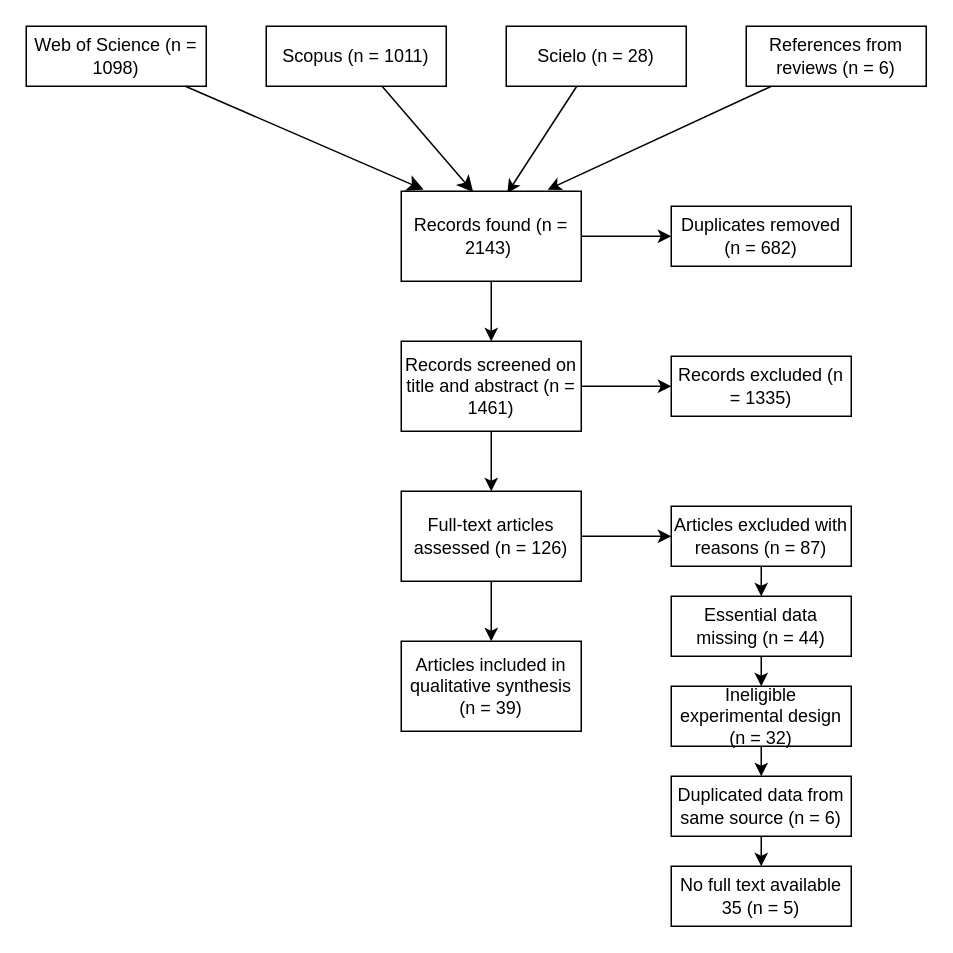
Damian-VA/MosquitoReview keeps this draw.io diagram as MosquitoReviewFlowChart.drawio. Above is the earlier version. Source tidied: cells renumbered, new cells numbered last; positions are measured from the earlier drawing's top-left corner, leaving out a move shared by most shapes. Both pictures are drawn from the tidied source at 150%, with x=0, y=0 at pixel (26, 26).
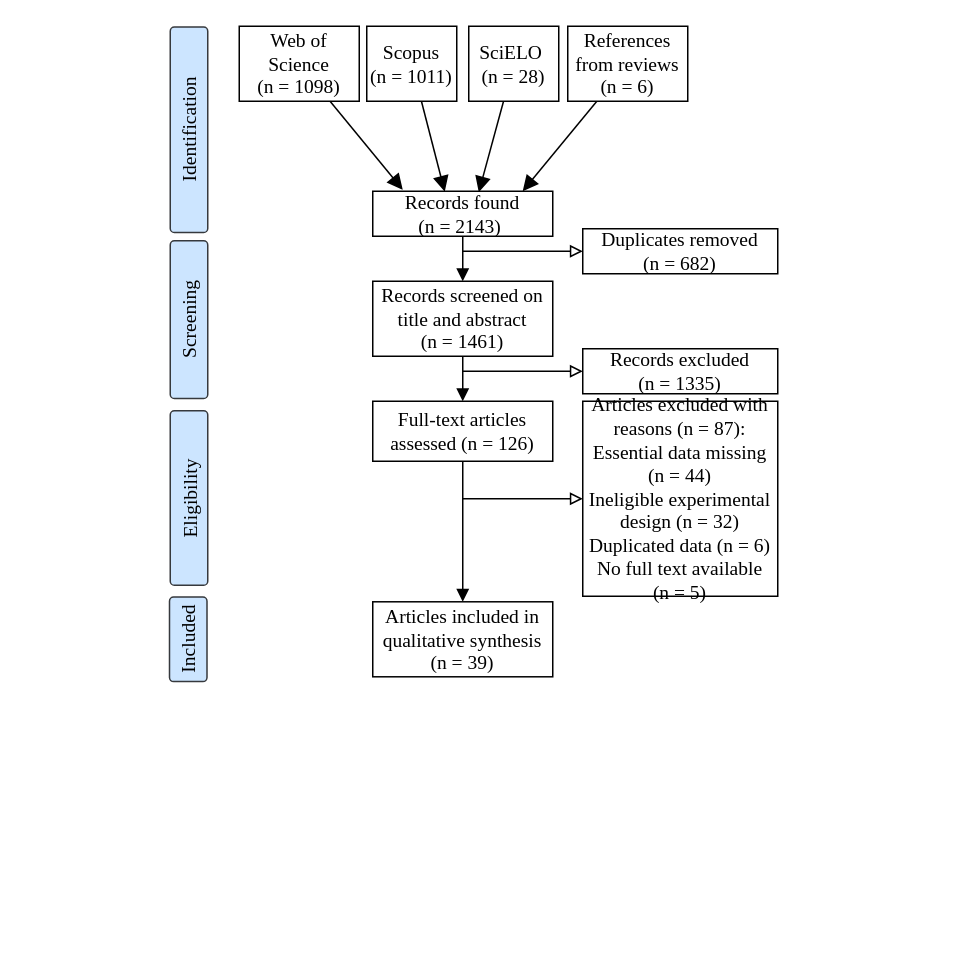
Above is the later version.

Commit message:
Damián updated with Times font, and blue stage-labels

Change to the diagram source:
```diff
@@
-    <mxCell id="2" style="rounded=0;html=1;jettySize=auto;fontSize=11;endArrow=classic;endFill=1;endSize=8;strokeWidth=1;shadow=0;labelBackgroundColor=none;entryX=0.4;entryY=0.01;entryDx=0;entryDy=0;entryPerimeter=0;" parent="1" edge="1" source="4" target="12">
+    <mxCell id="2" style="rounded=0;html=1;jettySize=auto;fontSize=13;endArrow=block;endFill=1;endSize=8;strokeWidth=1;shadow=0;labelBackgroundColor=none;entryX=0.4;entryY=0.01;entryDx=0;entryDy=0;entryPerimeter=0;startSize=6;fontFamily=Times New Roman;" parent="1" edge="1" source="4" target="12">
       <mxGeometry relative="1" as="geometry" />
     </mxCell>
-    <mxCell id="3" value="Web of Science (n = 1098)" style="rounded=1;whiteSpace=wrap;html=1;fontSize=12;glass=0;strokeWidth=1;shadow=0;arcSize=0;" parent="1" vertex="1">
-      <mxGeometry width="120" height="40" as="geometry" />
+    <mxCell id="3" value="Web of Science &lt;br style=&quot;font-size: 13px;&quot;&gt;(n = 1098)" style="rounded=1;whiteSpace=wrap;html=1;fontSize=13;glass=0;strokeWidth=1;shadow=0;arcSize=0;fontFamily=Times New Roman;" parent="1" vertex="1">
+      <mxGeometry x="142" width="80" height="50" as="geometry" />
     </mxCell>
-    <mxCell id="4" value="Scopus (n = 1011)" style="rounded=0;whiteSpace=wrap;html=1;" parent="1" vertex="1">
-      <mxGeometry x="160" width="120" height="40" as="geometry" />
+    <mxCell id="4" value="Scopus &lt;br style=&quot;font-size: 13px;&quot;&gt;(n = 1011)" style="rounded=0;whiteSpace=wrap;html=1;fontFamily=Times New Roman;fontSize=13;" parent="1" vertex="1">
+      <mxGeometry x="227" width="60" height="50" as="geometry" />
     </mxCell>
-    <mxCell id="5" style="rounded=0;html=1;jettySize=auto;fontSize=11;endArrow=classic;endFill=1;endSize=8;strokeWidth=1;shadow=0;labelBackgroundColor=none;entryX=0.124;entryY=-0.018;entryDx=0;entryDy=0;entryPerimeter=0;" parent="1" edge="1" source="3" target="12">
-      <mxGeometry relative="1" as="geometry" />
+    <mxCell id="5" style="rounded=0;html=1;jettySize=auto;fontSize=13;endArrow=block;endFill=1;endSize=8;strokeWidth=1;shadow=0;labelBackgroundColor=none;startSize=6;fontFamily=Times New Roman;" parent="1" edge="1" source="3">
+      <mxGeometry relative="1" as="geometry">
+        <mxPoint x="251" y="109" as="targetPoint" />
+      </mxGeometry>
     </mxCell>
-    <mxCell id="6" style="rounded=0;jettySize=auto;html=1;entryX=0.589;entryY=0.022;entryDx=0;entryDy=0;entryPerimeter=0;" parent="1" edge="1" source="7" target="12">
+    <mxCell id="6" style="rounded=0;jettySize=auto;html=1;entryX=0.589;entryY=0.022;entryDx=0;entryDy=0;entryPerimeter=0;endArrow=block;endFill=1;endSize=8;startSize=6;strokeWidth=1;fontFamily=Times New Roman;fontSize=13;" parent="1" edge="1" source="7" target="12">
       <mxGeometry relative="1" as="geometry" />
     </mxCell>
-    <mxCell id="7" value="Scielo (n = 28)" style="rounded=0;whiteSpace=wrap;html=1;" parent="1" vertex="1">
-      <mxGeometry x="320" width="120" height="40" as="geometry" />
+    <mxCell id="7" value="SciELO&amp;nbsp;&lt;br style=&quot;font-size: 13px;&quot;&gt;(n = 28)" style="rounded=0;whiteSpace=wrap;html=1;fontFamily=Times New Roman;fontSize=13;" parent="1" vertex="1">
+      <mxGeometry x="295" width="60" height="50" as="geometry" />
     </mxCell>
-    <mxCell id="8" style="edgeStyle=none;rounded=0;jettySize=auto;html=1;entryX=0.814;entryY=-0.018;entryDx=0;entryDy=0;entryPerimeter=0;endArrow=classic;endFill=1;" parent="1" edge="1" source="9" target="12">
+    <mxCell id="8" style="edgeStyle=none;rounded=0;jettySize=auto;html=1;entryX=0.833;entryY=0;entryDx=0;entryDy=0;endArrow=block;endFill=1;endSize=8;startSize=6;entryPerimeter=0;strokeWidth=1;fontFamily=Times New Roman;fontSize=13;" parent="1" edge="1" source="9" target="12">
       <mxGeometry relative="1" as="geometry" />
     </mxCell>
-    <mxCell id="9" value="References from reviews (n = 6)" style="rounded=0;whiteSpace=wrap;html=1;" parent="1" vertex="1">
-      <mxGeometry x="480" width="120" height="40" as="geometry" />
+    <mxCell id="9" value="References from reviews (n = 6)" style="rounded=0;whiteSpace=wrap;html=1;fontFamily=Times New Roman;fontSize=13;" parent="1" vertex="1">
+      <mxGeometry x="361" width="80" height="50" as="geometry" />
     </mxCell>
-    <mxCell id="10" style="edgeStyle=none;rounded=0;jettySize=auto;html=1;endArrow=classic;endFill=1;" parent="1" edge="1" source="12">
+    <mxCell id="10" style="edgeStyle=none;rounded=0;jettySize=auto;html=1;endArrow=block;endFill=0;entryX=0;entryY=0.5;entryDx=0;entryDy=0;strokeWidth=1;fontFamily=Times New Roman;fontSize=13;" parent="1" edge="1" target="14">
       <mxGeometry relative="1" as="geometry">
-        <mxPoint x="430" y="140" as="targetPoint" />
+        <mxPoint x="291" y="150" as="sourcePoint" />
       </mxGeometry>
     </mxCell>
-    <mxCell id="11" style="edgeStyle=none;rounded=0;jettySize=auto;html=1;endArrow=classic;endFill=1;" parent="1" edge="1" source="12" target="17">
+    <mxCell id="11" style="edgeStyle=none;rounded=0;jettySize=auto;html=1;endArrow=block;endFill=1;strokeWidth=1;fontFamily=Times New Roman;fontSize=13;" parent="1" edge="1" source="12" target="17">
       <mxGeometry relative="1" as="geometry" />
     </mxCell>
-    <mxCell id="12" value="Records found (n = 2143)&amp;nbsp;" style="rounded=0;whiteSpace=wrap;html=1;" parent="1" vertex="1">
-      <mxGeometry x="250" y="110" width="120" height="60" as="geometry" />
+    <mxCell id="12" value="Records found &lt;br style=&quot;font-size: 13px;&quot;&gt;(n = 2143)&amp;nbsp;" style="rounded=0;whiteSpace=wrap;html=1;fontFamily=Times New Roman;fontSize=13;" parent="1" vertex="1">
+      <mxGeometry x="231" y="110" width="120" height="30" as="geometry" />
     </mxCell>
-    <mxCell id="13" style="edgeStyle=none;rounded=0;orthogonalLoop=1;jettySize=auto;html=1;exitX=0.75;exitY=0;exitDx=0;exitDy=0;endArrow=classic;endFill=1;" parent="1" edge="1" source="12" target="12">
+    <mxCell id="13" style="edgeStyle=none;rounded=0;orthogonalLoop=1;jettySize=auto;html=1;exitX=0.75;exitY=0;exitDx=0;exitDy=0;endArrow=classic;endFill=1;fontFamily=Times New Roman;fontSize=13;" parent="1" edge="1" source="12" target="12">
       <mxGeometry relative="1" as="geometry" />
     </mxCell>
-    <mxCell id="14" value="Duplicates removed (n = 682)" style="rounded=0;whiteSpace=wrap;html=1;" parent="1" vertex="1">
-      <mxGeometry x="430" y="120" width="120" height="40" as="geometry" />
+    <mxCell id="14" value="Duplicates removed &lt;br style=&quot;font-size: 13px;&quot;&gt;(n = 682)" style="rounded=0;whiteSpace=wrap;html=1;fontFamily=Times New Roman;fontSize=13;" parent="1" vertex="1">
+      <mxGeometry x="371" y="135" width="130" height="30" as="geometry" />
     </mxCell>
-    <mxCell id="15" style="edgeStyle=none;rounded=0;jettySize=auto;html=1;entryX=0;entryY=0.5;entryDx=0;entryDy=0;endArrow=classic;endFill=1;" parent="1" edge="1" source="17" target="18">
-      <mxGeometry relative="1" as="geometry" />
+    <mxCell id="15" style="edgeStyle=none;rounded=0;jettySize=auto;html=1;entryX=0;entryY=0.5;entryDx=0;entryDy=0;endArrow=block;endFill=0;strokeWidth=1;fontFamily=Times New Roman;fontSize=13;" parent="1" edge="1" target="18">
+      <mxGeometry relative="1" as="geometry">
+        <mxPoint x="291" y="230" as="sourcePoint" />
+      </mxGeometry>
     </mxCell>
-    <mxCell id="16" style="edgeStyle=none;rounded=0;jettySize=auto;html=1;endArrow=classic;endFill=1;" parent="1" edge="1" source="17" target="21">
+    <mxCell id="16" style="edgeStyle=none;rounded=0;jettySize=auto;html=1;endArrow=block;endFill=1;strokeWidth=1;fontFamily=Times New Roman;fontSize=13;" parent="1" edge="1" source="17" target="21">
       <mxGeometry relative="1" as="geometry" />
     </mxCell>
-    <mxCell id="17" value="Records screened on title and abstract (n = 1461)" style="rounded=0;whiteSpace=wrap;html=1;" parent="1" vertex="1">
-      <mxGeometry x="250" y="210" width="120" height="60" as="geometry" />
+    <mxCell id="17" value="Records screened on title and abstract &lt;br style=&quot;font-size: 13px;&quot;&gt;(n = 1461)" style="rounded=0;whiteSpace=wrap;html=1;fontFamily=Times New Roman;fontSize=13;" parent="1" vertex="1">
+      <mxGeometry x="231" y="170" width="120" height="50" as="geometry" />
     </mxCell>
-    <mxCell id="18" value="Records excluded (n = 1335)" style="rounded=0;whiteSpace=wrap;html=1;" parent="1" vertex="1">
-      <mxGeometry x="430" y="220" width="120" height="40" as="geometry" />
+    <mxCell id="18" value="Records excluded &lt;br style=&quot;font-size: 13px;&quot;&gt;(n = 1335)" style="rounded=0;whiteSpace=wrap;html=1;fontFamily=Times New Roman;fontSize=13;" parent="1" vertex="1">
+      <mxGeometry x="371" y="215" width="130" height="30" as="geometry" />
     </mxCell>
-    <mxCell id="19" style="edgeStyle=none;rounded=0;jettySize=auto;html=1;endArrow=classic;endFill=1;" parent="1" edge="1" source="21" target="23">
-      <mxGeometry relative="1" as="geometry" />
+    <mxCell id="19" style="edgeStyle=none;rounded=0;jettySize=auto;html=1;endArrow=block;endFill=0;entryX=0;entryY=0.5;entryDx=0;entryDy=0;strokeWidth=1;fontFamily=Times New Roman;fontSize=13;" parent="1" edge="1" target="23">
+      <mxGeometry relative="1" as="geometry">
+        <mxPoint x="291" y="315" as="sourcePoint" />
+      </mxGeometry>
     </mxCell>
-    <mxCell id="20" style="edgeStyle=none;rounded=0;jettySize=auto;html=1;entryX=0.5;entryY=0;entryDx=0;entryDy=0;endArrow=classic;endFill=1;" parent="1" edge="1" source="21" target="30">
+    <mxCell id="20" style="edgeStyle=none;rounded=0;jettySize=auto;html=1;entryX=0.5;entryY=0;entryDx=0;entryDy=0;endArrow=block;endFill=1;strokeWidth=1;fontFamily=Times New Roman;fontSize=13;" parent="1" edge="1" source="21" target="30">
       <mxGeometry relative="1" as="geometry" />
     </mxCell>
-    <mxCell id="21" value="Full-text articles assessed (n = 126)" style="rounded=0;whiteSpace=wrap;html=1;" parent="1" vertex="1">
-      <mxGeometry x="250" y="310" width="120" height="60" as="geometry" />
+    <mxCell id="21" value="Full-text articles assessed (n = 126)" style="rounded=0;whiteSpace=wrap;html=1;fontFamily=Times New Roman;fontSize=13;" parent="1" vertex="1">
+      <mxGeometry x="231" y="250" width="120" height="40" as="geometry" />
     </mxCell>
-    <mxCell id="22" style="edgeStyle=none;rounded=0;jettySize=auto;html=1;entryX=0.5;entryY=0;entryDx=0;entryDy=0;endArrow=classic;endFill=1;" parent="1" edge="1" source="23" target="25">
-      <mxGeometry relative="1" as="geometry" />
-    </mxCell>
-    <mxCell id="23" value="Articles excluded with reasons (n = 87)" style="rounded=0;whiteSpace=wrap;html=1;" parent="1" vertex="1">
-      <mxGeometry x="430" y="320" width="120" height="40" as="geometry" />
+    <mxCell id="23" value="Articles excluded with reasons (n = 87):&lt;br style=&quot;font-size: 13px;&quot;&gt;Essential data missing (n = 44)&lt;br style=&quot;font-size: 13px;&quot;&gt;Ineligible experimental design (n = 32)&lt;br style=&quot;font-size: 13px;&quot;&gt;Duplicated data (n = 6)&lt;br style=&quot;font-size: 13px;&quot;&gt;No full text available &lt;br style=&quot;font-size: 13px;&quot;&gt;(n = 5)" style="rounded=0;whiteSpace=wrap;html=1;fontFamily=Times New Roman;fontSize=13;" parent="1" vertex="1">
+      <mxGeometry x="371" y="250" width="130" height="130" as="geometry" />
     </mxCell>
-    <mxCell id="24" style="edgeStyle=none;rounded=0;jettySize=auto;html=1;endArrow=classic;endFill=1;" parent="1" edge="1" source="25" target="27">
-      <mxGeometry relative="1" as="geometry" />
-    </mxCell>
-    <mxCell id="25" value="Essential data missing (n = 44)" style="rounded=0;whiteSpace=wrap;html=1;" parent="1" vertex="1">
-      <mxGeometry x="430" y="380" width="120" height="40" as="geometry" />
-    </mxCell>
-    <mxCell id="26" style="edgeStyle=none;rounded=0;jettySize=auto;html=1;endArrow=classic;endFill=1;" parent="1" edge="1" source="27" target="29">
-      <mxGeometry relative="1" as="geometry" />
-    </mxCell>
-    <mxCell id="27" value="Ineligible experimental design (n = 32)" style="rounded=0;whiteSpace=wrap;html=1;" parent="1" vertex="1">
-      <mxGeometry x="430" y="440" width="120" height="40" as="geometry" />
-    </mxCell>
-    <mxCell id="28" style="edgeStyle=none;rounded=0;jettySize=auto;html=1;entryX=0.5;entryY=0;entryDx=0;entryDy=0;endArrow=classic;endFill=1;" parent="1" edge="1" source="29" target="31">
-      <mxGeometry relative="1" as="geometry" />
-    </mxCell>
-    <mxCell id="29" value="Duplicated data from same source (n = 6)" style="rounded=0;whiteSpace=wrap;html=1;" parent="1" vertex="1">
-      <mxGeometry x="430" y="500" width="120" height="40" as="geometry" />
-    </mxCell>
-    <mxCell id="30" value="Articles included in qualitative synthesis (n = 39)" style="rounded=0;whiteSpace=wrap;html=1;" parent="1" vertex="1">
-      <mxGeometry x="250" y="410" width="120" height="60" as="geometry" />
+    <mxCell id="30" value="Articles included in qualitative synthesis (n = 39)" style="rounded=0;whiteSpace=wrap;html=1;fontFamily=Times New Roman;fontSize=13;" parent="1" vertex="1">
+      <mxGeometry x="231" y="383.7" width="120" height="50" as="geometry" />
     </mxCell>
-    <mxCell id="31" value="No full text available 35 (n = 5)" style="rounded=0;whiteSpace=wrap;html=1;" parent="1" vertex="1">
-      <mxGeometry x="430" y="560" width="120" height="40" as="geometry" />
-    </mxCell>
+    <mxCell id="32" value="Identification" style="rounded=1;whiteSpace=wrap;html=1;arcSize=11;rotation=-90;fillColor=#cce5ff;strokeColor=#36393d;fontFamily=Times New Roman;fontSize=13;" parent="1" vertex="1">
+      <mxGeometry x="40" y="56.5" width="137" height="25" as="geometry" />
+    </mxCell>
+    <mxCell id="33" value="Screening" style="rounded=1;whiteSpace=wrap;html=1;arcSize=11;rotation=-90;fillColor=#cce5ff;strokeColor=#36393d;fontFamily=Times New Roman;fontSize=13;" parent="1" vertex="1">
+      <mxGeometry x="55.9" y="183.1" width="105.2" height="25" as="geometry" />
+    </mxCell>
+    <mxCell id="34" value="Eligibility" style="rounded=1;whiteSpace=wrap;html=1;arcSize=11;rotation=-90;fillColor=#cce5ff;strokeColor=#36393d;fontFamily=Times New Roman;fontSize=13;" parent="1" vertex="1">
+      <mxGeometry x="50.3" y="302" width="116.4" height="25" as="geometry" />
+    </mxCell>
+    <mxCell id="35" value="Included" style="rounded=1;whiteSpace=wrap;html=1;arcSize=11;rotation=-90;fillColor=#cce5ff;strokeColor=#36393d;fontFamily=Times New Roman;fontSize=13;" parent="1" vertex="1">
+      <mxGeometry x="79.8" y="396.2" width="56.4" height="25" as="geometry" />
+    </mxCell>
```
